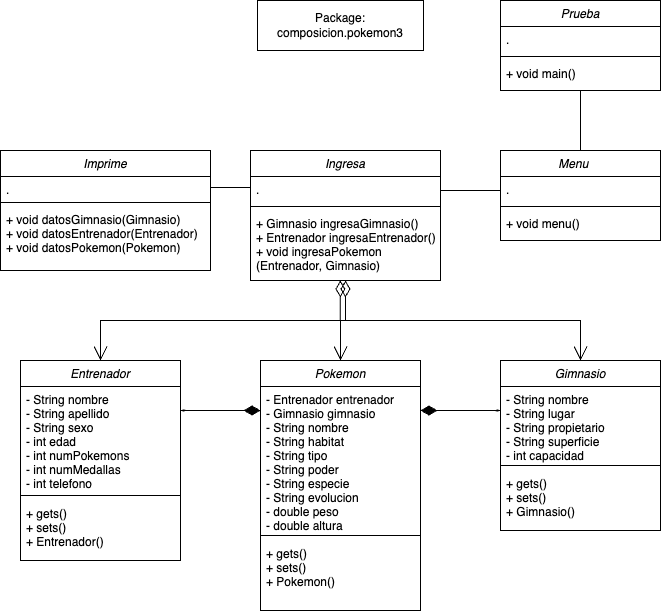
Before: OOP_C_2025/src/composicion/Diagramas/pokemon3.png, a diagram exported from draw.io (lualcu/Coding). Source tidied: cells renumbered, new cells last; positions are measured from the earlier drawing's top-left corner, leaving out a move shared by most shapes. The source it was exported from:
```xml
<mxGraphModel>
  <root>
    <mxCell id="0" />
    <mxCell id="1" parent="0" />
    <mxCell id="2" value="Prueba" style="swimlane;fontStyle=2;align=center;verticalAlign=top;horizontal=1;startSize=26;rounded=0;shadow=0;strokeWidth=1;" parent="1" vertex="1">
      <mxGeometry x="500" width="160" height="90" as="geometry" />
    </mxCell>
    <mxCell id="3" value="." style="text;align=left;verticalAlign=top;spacingLeft=4;spacingRight=4;overflow=hidden;rounded=0;shadow=0;html=0;" parent="2" vertex="1">
      <mxGeometry y="26" width="160" height="26" as="geometry" />
    </mxCell>
    <mxCell id="4" style="line;html=1;strokeWidth=1;align=left;verticalAlign=middle;spacingTop=-1;spacingLeft=3;spacingRight=3;labelPosition=right;" parent="2" vertex="1">
      <mxGeometry y="52" width="160" height="8" as="geometry" />
    </mxCell>
    <mxCell id="5" value="+ void main()" style="text;align=left;verticalAlign=top;spacingLeft=4;spacingRight=4;overflow=hidden;" parent="2" vertex="1">
      <mxGeometry y="60" width="160" height="26" as="geometry" />
    </mxCell>
    <mxCell id="6" value="Pokemon" style="swimlane;fontStyle=2;align=center;verticalAlign=top;horizontal=1;startSize=26;rounded=0;shadow=0;strokeWidth=1;" parent="1" vertex="1">
      <mxGeometry x="260" y="360" width="160" height="250" as="geometry" />
    </mxCell>
    <mxCell id="7" value="- Entrenador entrenador &#10;- Gimnasio gimnasio&#10;- String nombre&#10;- String habitat&#10;- String tipo&#10;- String poder&#10;- String especie&#10;- String evolucion&#10;- double peso&#10;- double altura" style="text;align=left;verticalAlign=top;spacingLeft=4;spacingRight=4;overflow=hidden;rounded=0;shadow=0;html=0;" parent="6" vertex="1">
      <mxGeometry y="26" width="160" height="144" as="geometry" />
    </mxCell>
    <mxCell id="8" style="line;html=1;strokeWidth=1;align=left;verticalAlign=middle;spacingTop=-1;spacingLeft=3;spacingRight=3;labelPosition=right;" parent="6" vertex="1">
      <mxGeometry y="170" width="160" height="10" as="geometry" />
    </mxCell>
    <mxCell id="9" value="+ gets()&#10;+ sets()&#10;+ Pokemon()" style="text;align=left;verticalAlign=top;spacingLeft=4;spacingRight=4;overflow=hidden;" parent="6" vertex="1">
      <mxGeometry y="180" width="160" height="60" as="geometry" />
    </mxCell>
    <mxCell id="10" value="Package:&lt;div&gt;composicion.pokemon3&lt;/div&gt;" style="html=1;whiteSpace=wrap;" parent="1" vertex="1">
      <mxGeometry x="257" width="166" height="50" as="geometry" />
    </mxCell>
    <mxCell id="11" value="Gimnasio" style="swimlane;fontStyle=2;align=center;verticalAlign=top;horizontal=1;startSize=26;rounded=0;shadow=0;strokeWidth=1;strokeColor=default;fontFamily=Helvetica;fontSize=12;fontColor=default;fillColor=default;" parent="1" vertex="1">
      <mxGeometry x="500" y="360" width="160" height="170" as="geometry" />
    </mxCell>
    <mxCell id="12" value="- String nombre&#10;- String lugar&#10;- String propietario&#10;- String superficie&#10;- int capacidad" style="text;align=left;verticalAlign=top;spacingLeft=4;spacingRight=4;overflow=hidden;rounded=0;shadow=0;html=0;fontFamily=Helvetica;fontSize=12;fontColor=default;fontStyle=0;" parent="11" vertex="1">
      <mxGeometry y="26" width="160" height="74" as="geometry" />
    </mxCell>
    <mxCell id="13" style="line;html=1;strokeWidth=1;align=center;verticalAlign=top;spacingTop=-1;spacingLeft=3;spacingRight=3;labelPosition=right;rounded=0;shadow=0;strokeColor=default;fontFamily=Helvetica;fontSize=12;fontColor=default;fontStyle=2;fillColor=default;" parent="11" vertex="1">
      <mxGeometry y="100" width="160" height="10" as="geometry" />
    </mxCell>
    <mxCell id="14" value="+ gets()&#10;+ sets()&#10;+ Gimnasio()" style="text;align=left;verticalAlign=top;spacingLeft=4;spacingRight=4;overflow=hidden;fontFamily=Helvetica;fontSize=12;fontColor=default;fontStyle=0;" parent="11" vertex="1">
      <mxGeometry y="110" width="160" height="60" as="geometry" />
    </mxCell>
    <mxCell id="15" value="Entrenador" style="swimlane;fontStyle=2;align=center;verticalAlign=top;horizontal=1;startSize=26;rounded=0;shadow=0;strokeWidth=1;strokeColor=default;fontFamily=Helvetica;fontSize=12;fontColor=default;fillColor=default;" parent="1" vertex="1">
      <mxGeometry x="20" y="360" width="160" height="200" as="geometry" />
    </mxCell>
    <mxCell id="16" value="- String nombre&#10;- String apellido&#10;- String sexo&#10;- int edad&#10;- int numPokemons&#10;- int numMedallas&#10;- int telefono&#10;" style="text;align=left;verticalAlign=top;spacingLeft=4;spacingRight=4;overflow=hidden;rounded=0;shadow=0;html=0;fontFamily=Helvetica;fontSize=12;fontColor=default;fontStyle=0;" parent="15" vertex="1">
      <mxGeometry y="26" width="160" height="104" as="geometry" />
    </mxCell>
    <mxCell id="17" style="line;html=1;strokeWidth=1;align=center;verticalAlign=top;spacingTop=-1;spacingLeft=3;spacingRight=3;labelPosition=right;rounded=0;shadow=0;strokeColor=default;fontFamily=Helvetica;fontSize=12;fontColor=default;fontStyle=2;fillColor=default;" parent="15" vertex="1">
      <mxGeometry y="130" width="160" height="10" as="geometry" />
    </mxCell>
    <mxCell id="18" value="+ gets()&#10;+ sets()&#10;+ Entrenador()" style="text;align=left;verticalAlign=top;spacingLeft=4;spacingRight=4;overflow=hidden;fontFamily=Helvetica;fontSize=12;fontColor=default;fontStyle=0;" parent="15" vertex="1">
      <mxGeometry y="140" width="160" height="60" as="geometry" />
    </mxCell>
    <mxCell id="19" value="Imprime" style="swimlane;fontStyle=2;align=center;verticalAlign=top;horizontal=1;startSize=26;rounded=0;shadow=0;strokeWidth=1;" parent="1" vertex="1">
      <mxGeometry y="150" width="210" height="120" as="geometry" />
    </mxCell>
    <mxCell id="20" value="." style="text;align=left;verticalAlign=top;spacingLeft=4;spacingRight=4;overflow=hidden;points=[[0,0.5],[1,0.5]];portConstraint=eastwest;rounded=0;shadow=0;html=0;" parent="19" vertex="1">
      <mxGeometry y="26" width="210" height="22" as="geometry" />
    </mxCell>
    <mxCell id="21" style="line;html=1;strokeWidth=1;align=left;verticalAlign=middle;spacingTop=-1;spacingLeft=3;spacingRight=3;labelPosition=right;" parent="19" vertex="1">
      <mxGeometry y="48" width="210" height="8" as="geometry" />
    </mxCell>
    <mxCell id="22" value="+ void datosGimnasio(Gimnasio)&#10;+ void datosEntrenador(Entrenador)&#10;+ void datosPokemon(Pokemon)" style="text;align=left;verticalAlign=top;spacingLeft=4;spacingRight=4;overflow=hidden;" parent="19" vertex="1">
      <mxGeometry y="56" width="210" height="60" as="geometry" />
    </mxCell>
    <mxCell id="23" style="endArrow=open;html=1;endSize=12;startArrow=diamondThin;startSize=14;startFill=1;edgeStyle=orthogonalEdgeStyle;align=left;verticalAlign=bottom;rounded=0;" parent="1" edge="1">
      <mxGeometry x="-1" y="3" relative="1" as="geometry">
        <mxPoint x="420" y="410" as="sourcePoint" />
        <mxPoint x="500" y="410" as="targetPoint" />
      </mxGeometry>
    </mxCell>
    <mxCell id="24" style="rounded=0;whiteSpace=wrap;html=1;strokeColor=none;" parent="1" vertex="1">
      <mxGeometry x="459" y="400" width="39" height="9" as="geometry" />
    </mxCell>
    <mxCell id="25" style="rounded=0;whiteSpace=wrap;html=1;strokeColor=none;" parent="1" vertex="1">
      <mxGeometry x="460" y="411" width="39" height="9" as="geometry" />
    </mxCell>
    <mxCell id="26" style="group;rotation=-180;" parent="1" vertex="1">
      <mxGeometry x="180" y="400" width="80" height="20" as="geometry" />
    </mxCell>
    <mxCell id="27" style="endArrow=open;html=1;endSize=12;startArrow=diamondThin;startSize=14;startFill=1;edgeStyle=orthogonalEdgeStyle;align=left;verticalAlign=bottom;rounded=0;" parent="26" edge="1">
      <mxGeometry x="-1" y="3" relative="1" as="geometry">
        <mxPoint x="80" y="10" as="sourcePoint" />
        <mxPoint y="10" as="targetPoint" />
      </mxGeometry>
    </mxCell>
    <mxCell id="28" style="rounded=0;whiteSpace=wrap;html=1;strokeColor=none;rotation=-180;" parent="26" vertex="1">
      <mxGeometry x="2" y="11" width="39" height="9" as="geometry" />
    </mxCell>
    <mxCell id="29" style="rounded=0;whiteSpace=wrap;html=1;strokeColor=none;rotation=-180;" parent="26" vertex="1">
      <mxGeometry x="1" width="39" height="9" as="geometry" />
    </mxCell>
    <mxCell id="30" value="Ingresa" style="swimlane;fontStyle=2;align=center;verticalAlign=top;horizontal=1;startSize=26;rounded=0;shadow=0;strokeWidth=1;" parent="1" vertex="1">
      <mxGeometry x="250" y="150" width="190" height="130" as="geometry" />
    </mxCell>
    <mxCell id="31" value="." style="text;align=left;verticalAlign=top;spacingLeft=4;spacingRight=4;overflow=hidden;points=[[0,0.5],[1,0.5]];portConstraint=eastwest;rounded=0;shadow=0;html=0;" parent="30" vertex="1">
      <mxGeometry y="26" width="190" height="26" as="geometry" />
    </mxCell>
    <mxCell id="32" style="line;html=1;strokeWidth=1;align=left;verticalAlign=middle;spacingTop=-1;spacingLeft=3;spacingRight=3;labelPosition=right;" parent="30" vertex="1">
      <mxGeometry y="52" width="190" height="8" as="geometry" />
    </mxCell>
    <mxCell id="33" value="+ Gimnasio ingresaGimnasio()&#10;+ Entrenador ingresaEntrenador()&#10;+ void ingresaPokemon&#10;(Entrenador, Gimnasio)&#10;&#10;" style="text;align=left;verticalAlign=top;spacingLeft=4;spacingRight=4;overflow=hidden;points=[[0,0.5],[1,0.5]];portConstraint=eastwest;" parent="30" vertex="1">
      <mxGeometry y="60" width="190" height="70" as="geometry" />
    </mxCell>
    <mxCell id="34" value="Menu    " style="swimlane;fontStyle=2;align=center;verticalAlign=top;horizontal=1;startSize=26;rounded=0;shadow=0;strokeWidth=1;" parent="1" vertex="1">
      <mxGeometry x="500" y="150" width="160" height="90" as="geometry" />
    </mxCell>
    <mxCell id="35" value="." style="text;align=left;verticalAlign=top;spacingLeft=4;spacingRight=4;overflow=hidden;rounded=0;shadow=0;html=0;" parent="34" vertex="1">
      <mxGeometry y="26" width="160" height="26" as="geometry" />
    </mxCell>
    <mxCell id="36" style="line;html=1;strokeWidth=1;align=left;verticalAlign=middle;spacingTop=-1;spacingLeft=3;spacingRight=3;labelPosition=right;" parent="34" vertex="1">
      <mxGeometry y="52" width="160" height="8" as="geometry" />
    </mxCell>
    <mxCell id="37" value="+ void menu()" style="text;align=left;verticalAlign=top;spacingLeft=4;spacingRight=4;overflow=hidden;" parent="34" vertex="1">
      <mxGeometry y="60" width="160" height="26" as="geometry" />
    </mxCell>
    <mxCell id="38" style="endArrow=open;html=1;endSize=12;startArrow=diamondThin;startSize=14;startFill=0;edgeStyle=orthogonalEdgeStyle;align=left;verticalAlign=bottom;rounded=0;entryX=0.5;entryY=0;entryDx=0;entryDy=0;exitX=0.5;exitY=1;exitDx=0;exitDy=0;exitPerimeter=0;" parent="1" edge="1" source="33" target="6">
      <mxGeometry x="-1" y="3" relative="1" as="geometry" />
    </mxCell>
    <mxCell id="39" style="endArrow=none;html=1;edgeStyle=orthogonalEdgeStyle;rounded=0;exitX=1;exitY=0.5;exitDx=0;exitDy=0;entryX=0;entryY=0.423;entryDx=0;entryDy=0;entryPerimeter=0;" parent="1" edge="1" source="20" target="31">
      <mxGeometry relative="1" as="geometry" />
    </mxCell>
    <mxCell id="40" style="endArrow=none;html=1;edgeStyle=orthogonalEdgeStyle;rounded=0;entryX=0;entryY=0.423;entryDx=0;entryDy=0;entryPerimeter=0;" parent="1" edge="1">
      <mxGeometry relative="1" as="geometry">
        <mxPoint x="440" y="190" as="sourcePoint" />
        <mxPoint x="500" y="190" as="targetPoint" />
      </mxGeometry>
    </mxCell>
    <mxCell id="41" style="endArrow=none;html=1;edgeStyle=orthogonalEdgeStyle;rounded=0;exitX=0.5;exitY=1;exitDx=0;exitDy=0;entryX=0.5;entryY=0;entryDx=0;entryDy=0;" parent="1" edge="1" source="2" target="34">
      <mxGeometry relative="1" as="geometry" />
    </mxCell>
    <mxCell id="42" style="endArrow=open;html=1;endSize=12;startArrow=diamondThin;startSize=14;startFill=0;edgeStyle=orthogonalEdgeStyle;align=left;verticalAlign=bottom;rounded=0;exitX=0.5;exitY=1;exitDx=0;exitDy=0;exitPerimeter=0;entryX=0.5;entryY=0;entryDx=0;entryDy=0;" parent="1" edge="1" target="15">
      <mxGeometry x="-1" y="3" relative="1" as="geometry">
        <mxPoint x="339.9" y="280" as="sourcePoint" />
        <Array as="points">
          <mxPoint x="340" y="320" />
          <mxPoint x="100" y="320" />
        </Array>
      </mxGeometry>
    </mxCell>
    <mxCell id="43" style="endArrow=open;html=1;endSize=12;startArrow=diamondThin;startSize=14;startFill=0;edgeStyle=orthogonalEdgeStyle;align=left;verticalAlign=bottom;rounded=0;exitX=0.5;exitY=1;exitDx=0;exitDy=0;exitPerimeter=0;entryX=0.5;entryY=0;entryDx=0;entryDy=0;" parent="1" edge="1" target="11">
      <mxGeometry x="-1" y="3" relative="1" as="geometry">
        <mxPoint x="339.9" y="280" as="sourcePoint" />
        <Array as="points">
          <mxPoint x="340" y="320" />
          <mxPoint x="580" y="320" />
        </Array>
      </mxGeometry>
    </mxCell>
  </root>
</mxGraphModel>
```
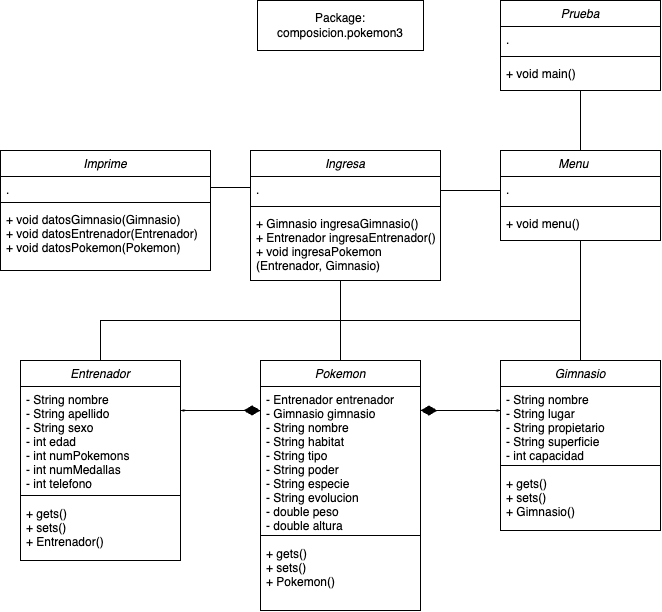
Above is the later version.

The edit, as a diff of the source:
```diff
@@ -116,9 +116,6 @@
     <mxCell id="37" value="+ void menu()" style="text;align=left;verticalAlign=top;spacingLeft=4;spacingRight=4;overflow=hidden;" parent="34" vertex="1">
       <mxGeometry y="60" width="160" height="26" as="geometry" />
     </mxCell>
-    <mxCell id="38" style="endArrow=open;html=1;endSize=12;startArrow=diamondThin;startSize=14;startFill=0;edgeStyle=orthogonalEdgeStyle;align=left;verticalAlign=bottom;rounded=0;entryX=0.5;entryY=0;entryDx=0;entryDy=0;exitX=0.5;exitY=1;exitDx=0;exitDy=0;exitPerimeter=0;" parent="1" edge="1" source="33" target="6">
-      <mxGeometry x="-1" y="3" relative="1" as="geometry" />
-    </mxCell>
     <mxCell id="39" style="endArrow=none;html=1;edgeStyle=orthogonalEdgeStyle;rounded=0;exitX=1;exitY=0.5;exitDx=0;exitDy=0;entryX=0;entryY=0.423;entryDx=0;entryDy=0;entryPerimeter=0;" parent="1" edge="1" source="20" target="31">
       <mxGeometry relative="1" as="geometry" />
     </mxCell>
@@ -131,23 +128,25 @@
     <mxCell id="41" style="endArrow=none;html=1;edgeStyle=orthogonalEdgeStyle;rounded=0;exitX=0.5;exitY=1;exitDx=0;exitDy=0;entryX=0.5;entryY=0;entryDx=0;entryDy=0;" parent="1" edge="1" source="2" target="34">
       <mxGeometry relative="1" as="geometry" />
     </mxCell>
-    <mxCell id="42" style="endArrow=open;html=1;endSize=12;startArrow=diamondThin;startSize=14;startFill=0;edgeStyle=orthogonalEdgeStyle;align=left;verticalAlign=bottom;rounded=0;exitX=0.5;exitY=1;exitDx=0;exitDy=0;exitPerimeter=0;entryX=0.5;entryY=0;entryDx=0;entryDy=0;" parent="1" edge="1" target="15">
-      <mxGeometry x="-1" y="3" relative="1" as="geometry">
-        <mxPoint x="339.9" y="280" as="sourcePoint" />
-        <Array as="points">
-          <mxPoint x="340" y="320" />
-          <mxPoint x="100" y="320" />
-        </Array>
-      </mxGeometry>
-    </mxCell>
-    <mxCell id="43" style="endArrow=open;html=1;endSize=12;startArrow=diamondThin;startSize=14;startFill=0;edgeStyle=orthogonalEdgeStyle;align=left;verticalAlign=bottom;rounded=0;exitX=0.5;exitY=1;exitDx=0;exitDy=0;exitPerimeter=0;entryX=0.5;entryY=0;entryDx=0;entryDy=0;" parent="1" edge="1" target="11">
-      <mxGeometry x="-1" y="3" relative="1" as="geometry">
-        <mxPoint x="339.9" y="280" as="sourcePoint" />
-        <Array as="points">
-          <mxPoint x="340" y="320" />
-          <mxPoint x="580" y="320" />
-        </Array>
-      </mxGeometry>
-    </mxCell>
+    <mxCell id="44" style="endArrow=none;html=1;rounded=0;entryX=0.474;entryY=1.004;entryDx=0;entryDy=0;entryPerimeter=0;exitX=0.5;exitY=0;exitDx=0;exitDy=0;" parent="1" edge="1" source="6" target="33">
+      <mxGeometry relative="1" as="geometry" />
+    </mxCell>
+    <mxCell id="45" style="endArrow=none;html=1;rounded=0;exitX=0.5;exitY=0;exitDx=0;exitDy=0;entryX=0.5;entryY=0;entryDx=0;entryDy=0;" parent="1" edge="1" source="11" target="15">
+      <mxGeometry relative="1" as="geometry">
+        <Array as="points">
+          <mxPoint x="580" y="320" />
+          <mxPoint x="340" y="320" />
+          <mxPoint x="100" y="320" />
+        </Array>
+      </mxGeometry>
+    </mxCell>
+    <mxCell id="46" style="endArrow=none;html=1;rounded=0;entryX=0.5;entryY=1;entryDx=0;entryDy=0;" parent="1" edge="1" target="34">
+      <mxGeometry relative="1" as="geometry">
+        <mxPoint x="580" y="330" as="sourcePoint" />
+        <Array as="points">
+          <mxPoint x="580" y="320" />
+        </Array>
+      </mxGeometry>
+    </mxCell>
   </root>
 </mxGraphModel>
```
